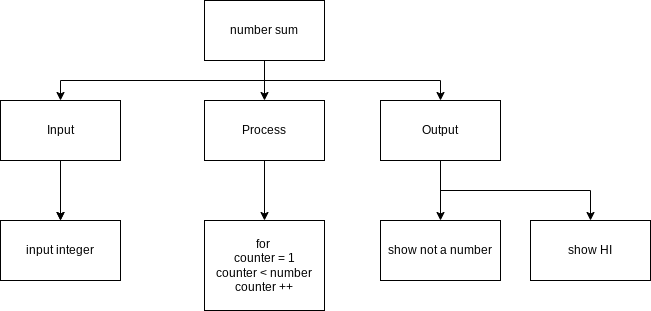
The draw.io diagram plan.png in devin-jhu/ICS3U-Assignment5-Python, before a commit. Source tidied: cells renumbered, new cells last; positions are measured from the earlier drawing's top-left corner, leaving out a move shared by most shapes.
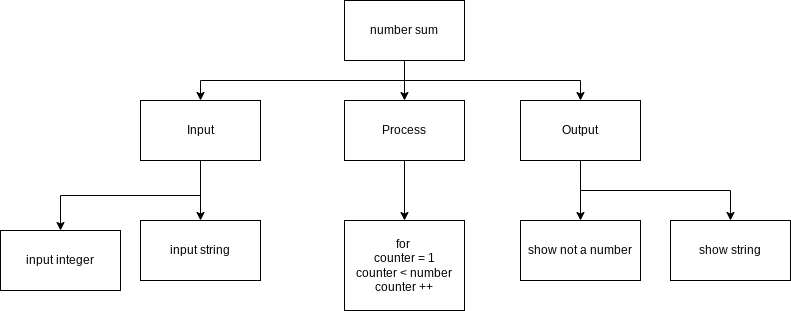
The same file after the commit.

Change to the diagram source:
```diff
@@ -47,10 +47,13 @@
       <mxGeometry x="380" y="220" width="120" height="60" as="geometry" />
     </mxCell>
     <mxCell id="16" value="input integer" style="rounded=0;whiteSpace=wrap;html=1;" parent="1" vertex="1">
-      <mxGeometry y="220" width="120" height="60" as="geometry" />
+      <mxGeometry x="-140" y="230" width="120" height="60" as="geometry" />
     </mxCell>
-    <mxCell id="17" value="show HI" style="rounded=0;whiteSpace=wrap;html=1;" parent="1" vertex="1">
+    <mxCell id="17" value="show string" style="rounded=0;whiteSpace=wrap;html=1;" parent="1" vertex="1">
       <mxGeometry x="530" y="220" width="120" height="60" as="geometry" />
     </mxCell>
+    <mxCell id="18" value="input string" style="rounded=0;whiteSpace=wrap;html=1;" parent="1" vertex="1">
+      <mxGeometry y="220" width="120" height="60" as="geometry" />
+    </mxCell>
   </root>
 </mxGraphModel>
```
